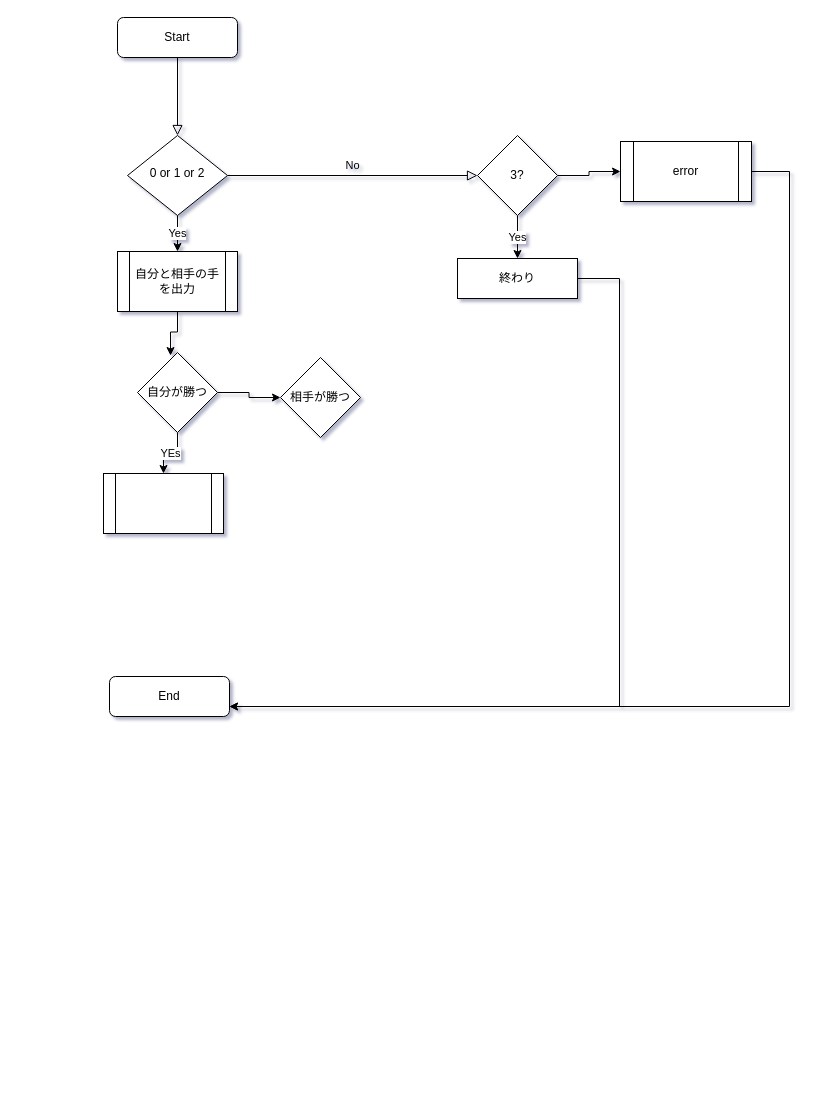
Before: Untitled Diagram.drawio in Ken0806/Potepan_Ruby_Excercise1, a draw.io diagram. Source tidied: cells renumbered, new cells numbered last; positions are measured from the earlier drawing's top-left corner, leaving out a move shared by most shapes. Both pictures are drawn from the tidied source at 100%, with x=0, y=0 at pixel (103, 17).
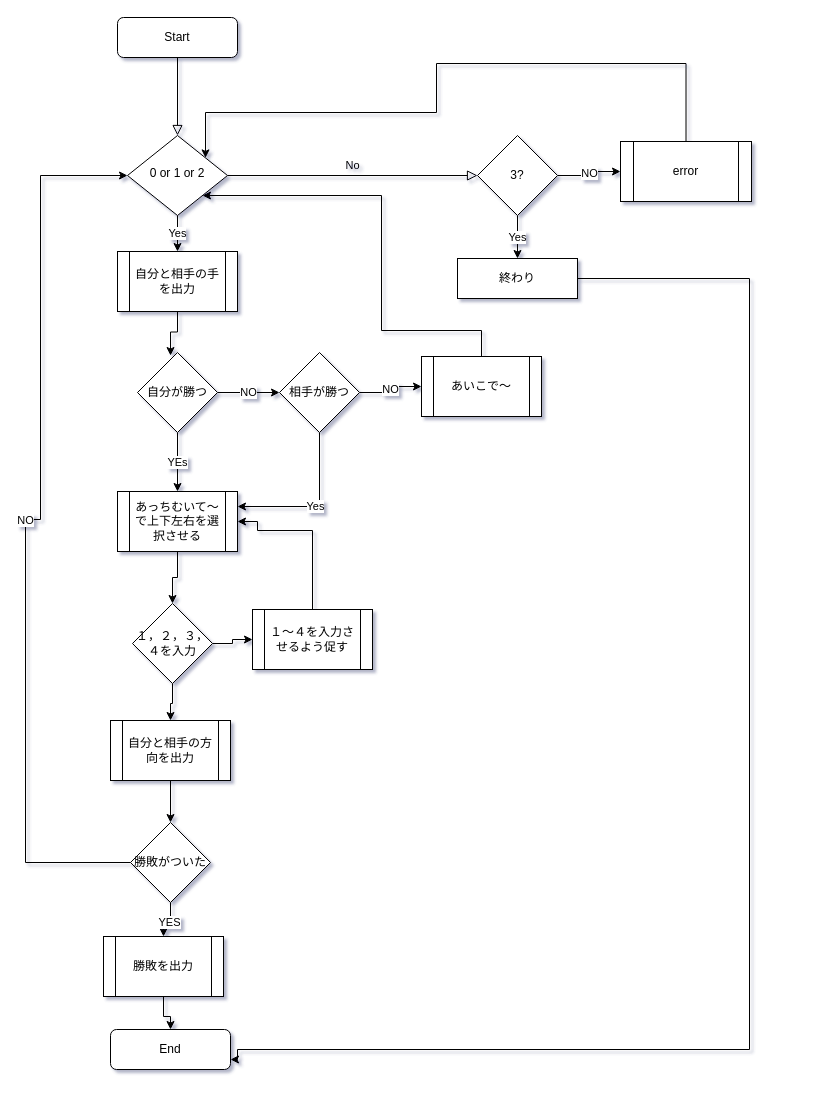
The same page after the edit.

Unchanged cells that the change refers to:
```xml
<mxCell id="6" value="0 or 1 or 2" style="rhombus;whiteSpace=wrap;html=1;shadow=0;fontFamily=Helvetica;fontSize=12;align=center;strokeWidth=1;spacing=6;spacingTop=-4;" parent="1" vertex="1">
  <mxGeometry x="24" y="118" width="100" height="80" as="geometry" />
</mxCell>
<mxCell id="10" value="3?" style="rhombus;whiteSpace=wrap;html=1;" parent="1" vertex="1">
  <mxGeometry x="374" y="118" width="80" height="80" as="geometry" />
</mxCell>
<mxCell id="12" value="終わり" style="rounded=0;whiteSpace=wrap;html=1;fillColor=#ffffff;" parent="1" vertex="1">
  <mxGeometry x="354" y="241" width="120" height="40" as="geometry" />
</mxCell>
<mxCell id="14" value="error" style="shape=process;whiteSpace=wrap;html=1;backgroundOutline=1;fillColor=#ffffff;" parent="1" vertex="1">
  <mxGeometry x="517" y="124" width="131" height="60" as="geometry" />
</mxCell>
<mxCell id="19" value="自分が勝つ" style="rhombus;whiteSpace=wrap;html=1;fillColor=#ffffff;" parent="1" vertex="1">
  <mxGeometry x="34" y="335" width="80" height="80" as="geometry" />
</mxCell>
```

Diff of the diagram source:
```diff
@@
     <mxCell id="7" value="End" style="rounded=1;whiteSpace=wrap;html=1;fontSize=12;glass=0;strokeWidth=1;shadow=0;" parent="1" vertex="1">
-      <mxGeometry x="6" y="659" width="120" height="40" as="geometry" />
+      <mxGeometry x="7" y="1012" width="120" height="40" as="geometry" />
     </mxCell>
@@
-    <mxCell id="9" style="edgeStyle=orthogonalEdgeStyle;rounded=0;jettySize=auto;html=1;exitX=1;exitY=0.5;exitDx=0;exitDy=0;" parent="1" edge="1" source="10" target="14">
+    <mxCell id="9" value="NO" style="edgeStyle=orthogonalEdgeStyle;rounded=0;jettySize=auto;html=1;exitX=1;exitY=0.5;exitDx=0;exitDy=0;" parent="1" edge="1" source="10" target="14">
       <mxGeometry relative="1" as="geometry" />
     </mxCell>
@@
     <mxCell id="11" style="edgeStyle=orthogonalEdgeStyle;rounded=0;jettySize=auto;html=1;entryX=1;entryY=0.75;entryDx=0;entryDy=0;" parent="1" edge="1" source="12" target="7">
       <mxGeometry relative="1" as="geometry">
         <Array as="points">
-          <mxPoint x="516" y="261" />
-          <mxPoint x="516" y="689" />
+          <mxPoint x="646" y="261" />
+          <mxPoint x="646" y="1032" />
+          <mxPoint x="134" y="1032" />
+          <mxPoint x="134" y="1042" />
         </Array>
       </mxGeometry>
     </mxCell>
@@
-    <mxCell id="13" style="edgeStyle=orthogonalEdgeStyle;rounded=0;jettySize=auto;html=1;entryX=1;entryY=0.75;entryDx=0;entryDy=0;" parent="1" edge="1" source="14" target="7">
-      <mxGeometry relative="1" as="geometry">
-        <Array as="points">
-          <mxPoint x="686" y="154" />
-          <mxPoint x="686" y="689" />
-        </Array>
-      </mxGeometry>
-    </mxCell>
+    <mxCell id="22" style="edgeStyle=orthogonalEdgeStyle;rounded=0;jettySize=auto;html=1;" parent="1" edge="1" source="14" target="6">
+      <mxGeometry relative="1" as="geometry">
+        <Array as="points">
+          <mxPoint x="583" y="46" />
+          <mxPoint x="333" y="46" />
+          <mxPoint x="333" y="95" />
+          <mxPoint x="102" y="95" />
+        </Array>
+      </mxGeometry>
+    </mxCell>
@@
-    <mxCell id="18" style="edgeStyle=orthogonalEdgeStyle;rounded=0;jettySize=auto;html=1;entryX=0;entryY=0.5;entryDx=0;entryDy=0;" parent="1" edge="1" source="19" target="21">
+    <mxCell id="18" value="NO" style="edgeStyle=orthogonalEdgeStyle;rounded=0;jettySize=auto;html=1;entryX=0;entryY=0.5;entryDx=0;entryDy=0;" parent="1" edge="1" source="19" target="21">
       <mxGeometry relative="1" as="geometry" />
     </mxCell>
@@
+    <mxCell id="23" style="edgeStyle=orthogonalEdgeStyle;rounded=0;jettySize=auto;html=1;" parent="1" edge="1" source="20" target="28">
+      <mxGeometry relative="1" as="geometry" />
+    </mxCell>
-    <mxCell id="20" style="shape=process;whiteSpace=wrap;html=1;backgroundOutline=1;fillColor=#ffffff;" parent="1" vertex="1">
-      <mxGeometry y="456" width="120" height="60" as="geometry" />
+    <mxCell id="20" value="あっちむいて〜&lt;br&gt;で上下左右を選択させる" style="shape=process;whiteSpace=wrap;html=1;backgroundOutline=1;fillColor=#ffffff;" parent="1" vertex="1">
+      <mxGeometry x="14" y="474" width="120" height="60" as="geometry" />
     </mxCell>
+    <mxCell id="24" value="Yes" style="edgeStyle=orthogonalEdgeStyle;rounded=0;jettySize=auto;html=1;entryX=1;entryY=0.25;entryDx=0;entryDy=0;" parent="1" edge="1" source="21" target="20">
+      <mxGeometry relative="1" as="geometry">
+        <Array as="points">
+          <mxPoint x="216" y="489" />
+        </Array>
+      </mxGeometry>
+    </mxCell>
+    <mxCell id="25" value="NO" style="edgeStyle=orthogonalEdgeStyle;rounded=0;jettySize=auto;html=1;" parent="1" edge="1" source="21" target="32">
+      <mxGeometry relative="1" as="geometry" />
+    </mxCell>
     <mxCell id="21" value="相手が勝つ" style="rhombus;whiteSpace=wrap;html=1;fillColor=#ffffff;" parent="1" vertex="1">
-      <mxGeometry x="177" y="340" width="80" height="80" as="geometry" />
+      <mxGeometry x="176" y="335" width="80" height="80" as="geometry" />
     </mxCell>
+    <mxCell id="26" style="edgeStyle=orthogonalEdgeStyle;rounded=0;jettySize=auto;html=1;entryX=0;entryY=0.5;entryDx=0;entryDy=0;" parent="1" edge="1" source="28" target="30">
+      <mxGeometry relative="1" as="geometry" />
+    </mxCell>
+    <mxCell id="27" style="edgeStyle=orthogonalEdgeStyle;rounded=0;jettySize=auto;html=1;" parent="1" edge="1" source="28" target="37">
+      <mxGeometry relative="1" as="geometry" />
+    </mxCell>
+    <mxCell id="28" value="１，２，３，４を入力" style="rhombus;whiteSpace=wrap;html=1;fillColor=#ffffff;" parent="1" vertex="1">
+      <mxGeometry x="29" y="586" width="80" height="80" as="geometry" />
+    </mxCell>
+    <mxCell id="29" style="edgeStyle=orthogonalEdgeStyle;rounded=0;jettySize=auto;html=1;entryX=1;entryY=0.5;entryDx=0;entryDy=0;" parent="1" edge="1" source="30" target="20">
+      <mxGeometry relative="1" as="geometry">
+        <Array as="points">
+          <mxPoint x="209" y="513" />
+          <mxPoint x="154" y="513" />
+          <mxPoint x="154" y="504" />
+        </Array>
+      </mxGeometry>
+    </mxCell>
+    <mxCell id="30" value="１〜４を入力させるよう促す" style="shape=process;whiteSpace=wrap;html=1;backgroundOutline=1;fillColor=#ffffff;" parent="1" vertex="1">
+      <mxGeometry x="149" y="592" width="120" height="60" as="geometry" />
+    </mxCell>
+    <mxCell id="31" style="edgeStyle=orthogonalEdgeStyle;rounded=0;jettySize=auto;html=1;entryX=1;entryY=1;entryDx=0;entryDy=0;" parent="1" edge="1" source="32" target="6">
+      <mxGeometry relative="1" as="geometry">
+        <Array as="points">
+          <mxPoint x="378" y="313" />
+          <mxPoint x="278" y="313" />
+          <mxPoint x="278" y="178" />
+        </Array>
+      </mxGeometry>
+    </mxCell>
+    <mxCell id="32" value="あいこで〜" style="shape=process;whiteSpace=wrap;html=1;backgroundOutline=1;fillColor=#ffffff;" parent="1" vertex="1">
+      <mxGeometry x="318" y="339" width="120" height="60" as="geometry" />
+    </mxCell>
+    <mxCell id="33" value="YES" style="edgeStyle=orthogonalEdgeStyle;rounded=0;jettySize=auto;html=1;entryX=0.5;entryY=0;entryDx=0;entryDy=0;" parent="1" edge="1" source="35" target="39">
+      <mxGeometry relative="1" as="geometry">
+        <Array as="points">
+          <mxPoint x="67" y="905" />
+          <mxPoint x="60" y="905" />
+        </Array>
+      </mxGeometry>
+    </mxCell>
+    <mxCell id="34" value="NO" style="edgeStyle=orthogonalEdgeStyle;rounded=0;jettySize=auto;html=1;entryX=0;entryY=0.5;entryDx=0;entryDy=0;" parent="1" edge="1" source="35" target="6">
+      <mxGeometry relative="1" as="geometry">
+        <Array as="points">
+          <mxPoint x="-78" y="845" />
+          <mxPoint x="-78" y="502" />
+          <mxPoint x="-63" y="502" />
+          <mxPoint x="-63" y="158" />
+        </Array>
+      </mxGeometry>
+    </mxCell>
+    <mxCell id="35" value="勝敗がついた" style="rhombus;whiteSpace=wrap;html=1;fillColor=#ffffff;" parent="1" vertex="1">
+      <mxGeometry x="27" y="805" width="80" height="80" as="geometry" />
+    </mxCell>
+    <mxCell id="36" style="edgeStyle=orthogonalEdgeStyle;rounded=0;jettySize=auto;html=1;" parent="1" edge="1" source="37" target="35">
+      <mxGeometry relative="1" as="geometry" />
+    </mxCell>
+    <mxCell id="37" value="自分と相手の方向を出力" style="shape=process;whiteSpace=wrap;html=1;backgroundOutline=1;fillColor=#ffffff;" parent="1" vertex="1">
+      <mxGeometry x="7" y="703" width="120" height="60" as="geometry" />
+    </mxCell>
+    <mxCell id="38" style="edgeStyle=orthogonalEdgeStyle;rounded=0;jettySize=auto;html=1;" parent="1" edge="1" source="39" target="7">
+      <mxGeometry relative="1" as="geometry" />
+    </mxCell>
+    <mxCell id="39" value="勝敗を出力" style="shape=process;whiteSpace=wrap;html=1;backgroundOutline=1;fillColor=#ffffff;" parent="1" vertex="1">
+      <mxGeometry y="919" width="120" height="60" as="geometry" />
+    </mxCell>
```
